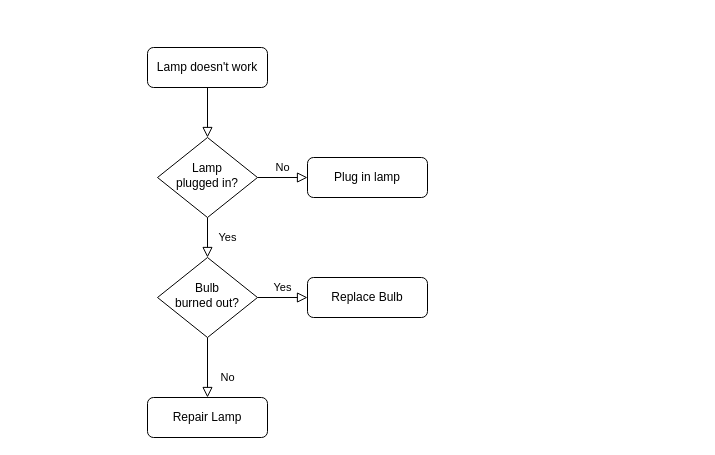
Earlier version of the draw.io diagram ColdSpots-v1.drawio (ehernandez42/codePractice). Source tidied: cells renumbered, new cells numbered last; positions are measured from the earlier drawing's top-left corner, leaving out a move shared by most shapes. Both pictures are drawn from the tidied source at 100%, with x=0, y=0 at pixel (147, 47).
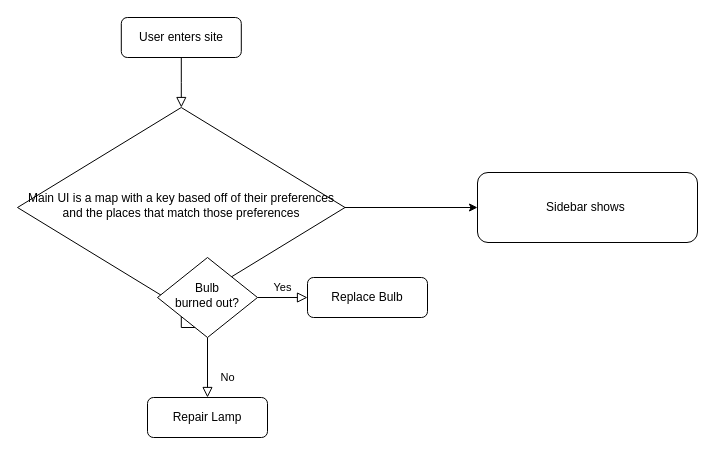
The same page after the edit.

Diff of the diagram source:
```diff
@@
 <mxGraphModel>
   <root>
     <mxCell id="0" />
     <mxCell id="1" parent="0" />
     <mxCell id="2" style="rounded=0;html=1;jettySize=auto;fontSize=11;endArrow=block;endFill=0;endSize=8;strokeWidth=1;shadow=0;labelBackgroundColor=none;edgeStyle=orthogonalEdgeStyle;" parent="1" edge="1" source="3" target="6">
       <mxGeometry relative="1" as="geometry" />
     </mxCell>
-    <mxCell id="3" value="Lamp doesn't work" style="rounded=1;whiteSpace=wrap;html=1;fontSize=12;glass=0;strokeWidth=1;shadow=0;" parent="1" vertex="1">
-      <mxGeometry width="120" height="40" as="geometry" />
+    <mxCell id="3" value="User enters site" style="rounded=1;whiteSpace=wrap;html=1;fontSize=12;glass=0;strokeWidth=1;shadow=0;" parent="1" vertex="1">
+      <mxGeometry x="-26.2" y="-30" width="120" height="40" as="geometry" />
     </mxCell>
     <mxCell id="4" value="Yes" style="rounded=0;html=1;jettySize=auto;fontSize=11;endArrow=block;endFill=0;endSize=8;strokeWidth=1;shadow=0;labelBackgroundColor=none;edgeStyle=orthogonalEdgeStyle;" parent="1" edge="1" source="6" target="10">
       <mxGeometry y="20" relative="1" as="geometry" />
     </mxCell>
-    <mxCell id="5" value="No" style="edgeStyle=orthogonalEdgeStyle;rounded=0;html=1;jettySize=auto;fontSize=11;endArrow=block;endFill=0;endSize=8;strokeWidth=1;shadow=0;labelBackgroundColor=none;" parent="1" edge="1" source="6" target="7">
-      <mxGeometry y="10" relative="1" as="geometry" />
-    </mxCell>
-    <mxCell id="6" value="Lamp&lt;br&gt;plugged in?" style="rhombus;whiteSpace=wrap;html=1;shadow=0;fontFamily=Helvetica;fontSize=12;align=center;strokeWidth=1;spacing=6;spacingTop=-4;" parent="1" vertex="1">
-      <mxGeometry x="10" y="90" width="100" height="80" as="geometry" />
+    <mxCell id="6" value="Main UI is a map with a key based off of their preferences and the places that match those preferences" style="rhombus;whiteSpace=wrap;html=1;shadow=0;fontFamily=Helvetica;fontSize=12;align=center;strokeWidth=1;spacing=6;spacingTop=-4;" parent="1" vertex="1">
+      <mxGeometry x="-130" y="60" width="327.5" height="200" as="geometry" />
     </mxCell>
-    <mxCell id="7" value="Plug in lamp" style="rounded=1;whiteSpace=wrap;html=1;fontSize=12;glass=0;strokeWidth=1;shadow=0;" parent="1" vertex="1">
-      <mxGeometry x="160" y="110" width="120" height="40" as="geometry" />
+    <mxCell id="7" value="Sidebar shows&amp;nbsp;" style="rounded=1;whiteSpace=wrap;html=1;fontSize=12;glass=0;strokeWidth=1;shadow=0;" parent="1" vertex="1">
+      <mxGeometry x="330" y="125" width="220" height="70" as="geometry" />
     </mxCell>
     <mxCell id="8" value="No" style="rounded=0;html=1;jettySize=auto;fontSize=11;endArrow=block;endFill=0;endSize=8;strokeWidth=1;shadow=0;labelBackgroundColor=none;edgeStyle=orthogonalEdgeStyle;" parent="1" edge="1" source="10" target="11">
       <mxGeometry x="0.33" y="20" relative="1" as="geometry" />
     </mxCell>
     <mxCell id="9" value="Yes" style="edgeStyle=orthogonalEdgeStyle;rounded=0;html=1;jettySize=auto;fontSize=11;endArrow=block;endFill=0;endSize=8;strokeWidth=1;shadow=0;labelBackgroundColor=none;" parent="1" edge="1" source="10" target="12">
       <mxGeometry y="10" relative="1" as="geometry" />
     </mxCell>
     <mxCell id="10" value="Bulb&lt;br&gt;burned out?" style="rhombus;whiteSpace=wrap;html=1;shadow=0;fontFamily=Helvetica;fontSize=12;align=center;strokeWidth=1;spacing=6;spacingTop=-4;" parent="1" vertex="1">
       <mxGeometry x="10" y="210" width="100" height="80" as="geometry" />
     </mxCell>
     <mxCell id="11" value="Repair Lamp" style="rounded=1;whiteSpace=wrap;html=1;fontSize=12;glass=0;strokeWidth=1;shadow=0;" parent="1" vertex="1">
       <mxGeometry y="350" width="120" height="40" as="geometry" />
     </mxCell>
     <mxCell id="12" value="Replace Bulb" style="rounded=1;whiteSpace=wrap;html=1;fontSize=12;glass=0;strokeWidth=1;shadow=0;" parent="1" vertex="1">
       <mxGeometry x="160" y="230" width="120" height="40" as="geometry" />
     </mxCell>
+    <mxCell id="5" style="endArrow=classic;html=1;rounded=0;" parent="1" edge="1" source="6" target="7">
+      <mxGeometry relative="1" as="geometry" />
+    </mxCell>
   </root>
 </mxGraphModel>
```
